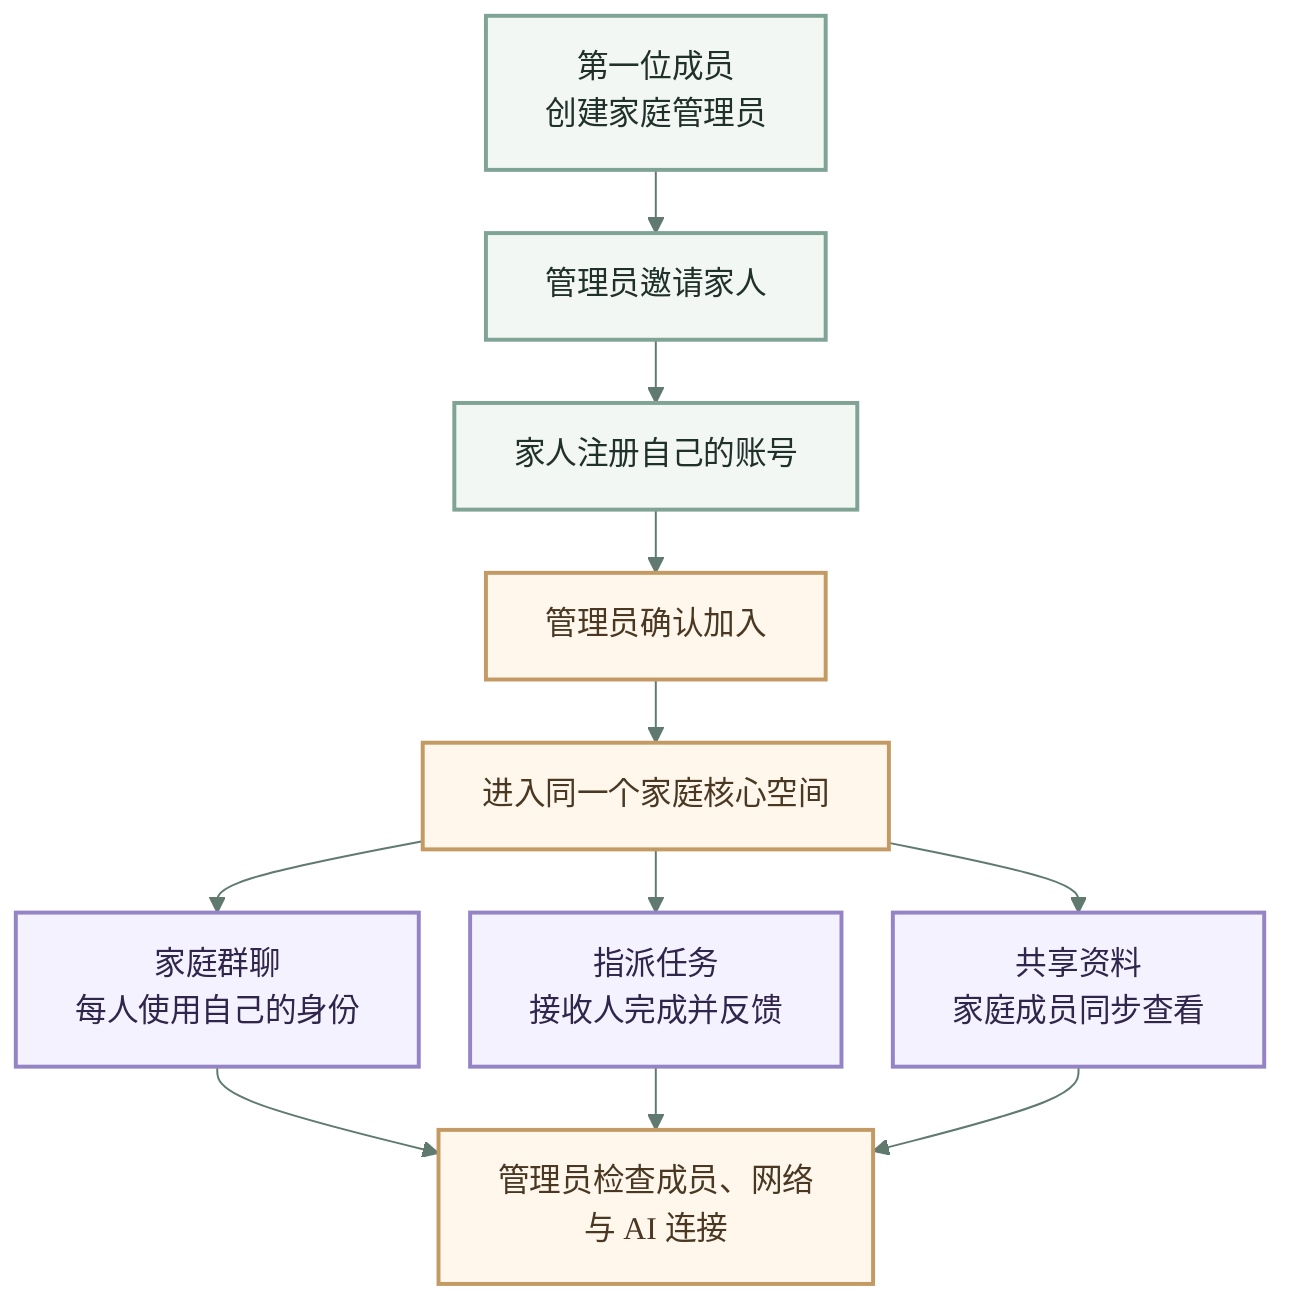
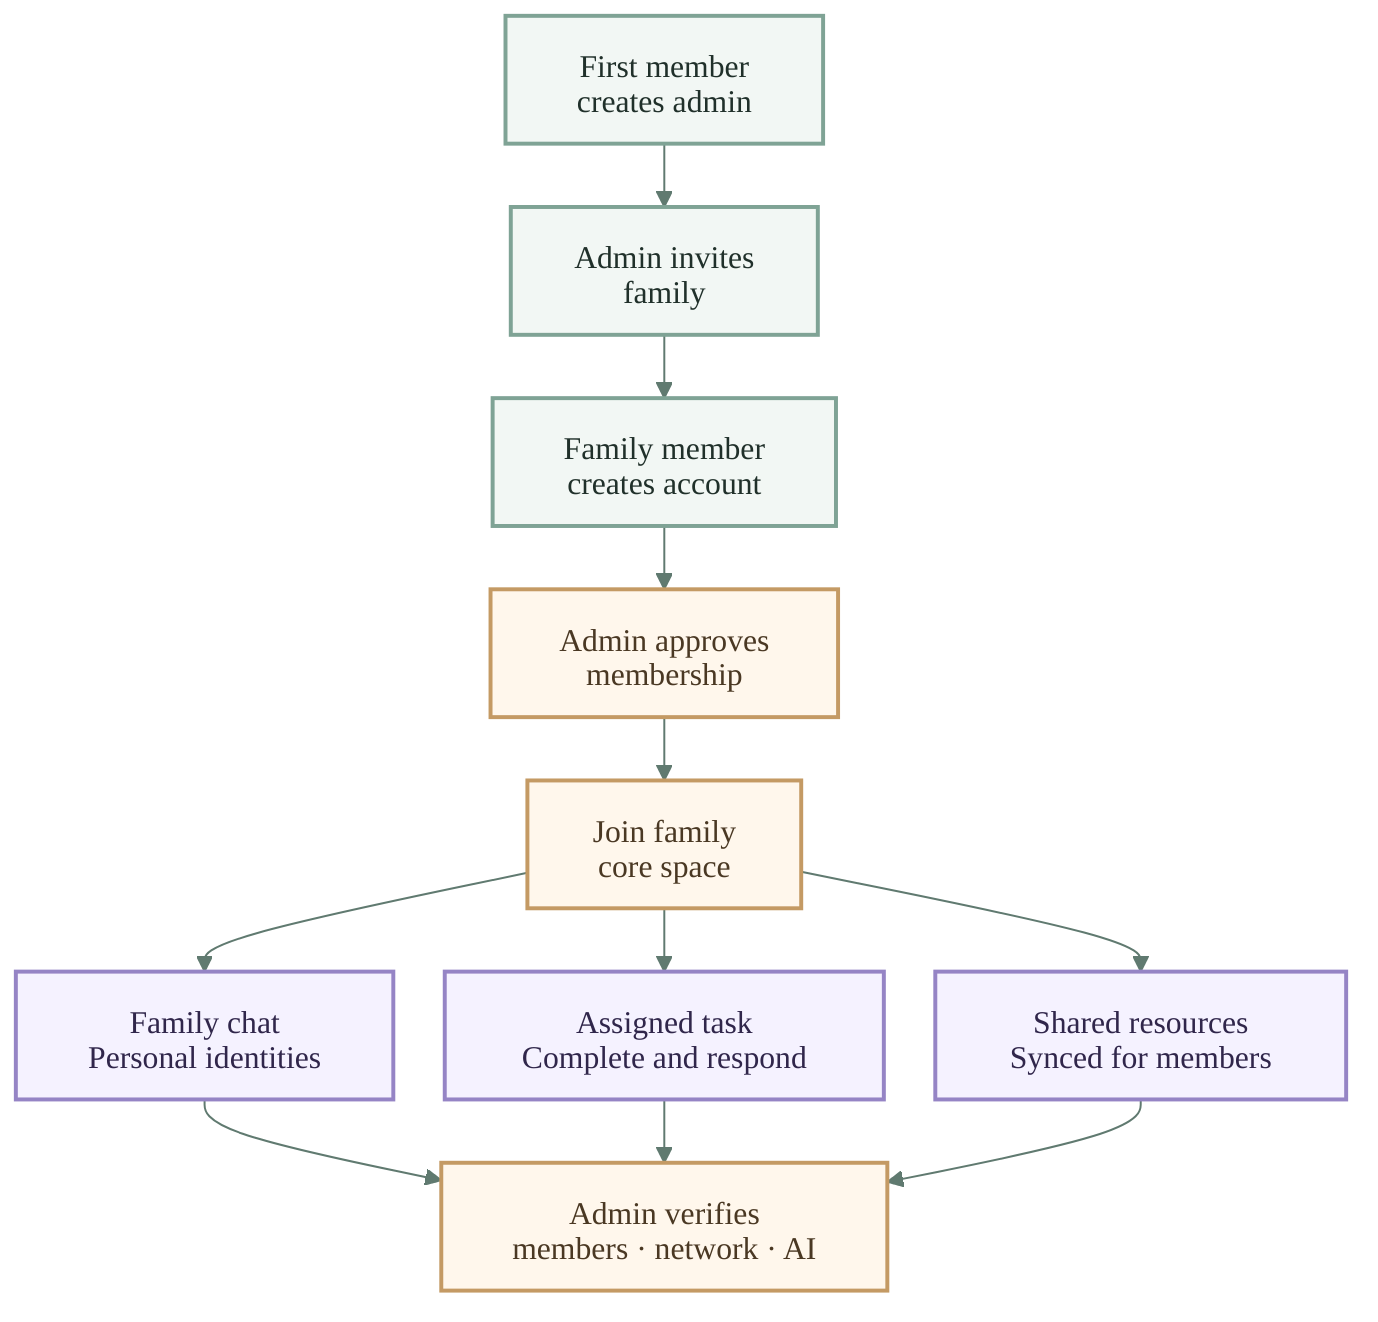
- %%{init: {"theme": "base", "themeVariables": {"fontFamily": "system-ui, sans-serif", "primaryColor": "#F2F7F4", "primaryTextColor": "#20302A", "primaryBorderColor": "#7FA395", "lineColor": "#607A70", "secondaryColor": "#FFF7EC", "tertiaryColor": "#F5F2FF"}, "flowchart": {"curve": "basis", "nodeSpacing": 26, "rankSpacing": 32}}}%%
+ %%{init: {"theme": "base", "htmlLabels": false, "themeVariables": {"fontFamily": "Arial, sans-serif", "primaryColor": "#F2F7F4", "primaryTextColor": "#20302A", "primaryBorderColor": "#7FA395", "lineColor": "#607A70", "secondaryColor": "#FFF7EC", "tertiaryColor": "#F5F2FF"}, "flowchart": {"curve": "basis", "nodeSpacing": 26, "rankSpacing": 32, "htmlLabels": false}}}%%
flowchart TB
-   FIRST["第一位成员<br/>创建家庭管理员"]
-   INVITE["管理员邀请家人"]
-   REGISTER["家人注册自己的账号"]
-   REVIEW["管理员确认加入"]
-   CORE["进入同一个家庭核心空间"]
-   CHAT["家庭群聊<br/>每人使用自己的身份"]
-   TASK["指派任务<br/>接收人完成并反馈"]
-   RESOURCE["共享资料<br/>家庭成员同步查看"]
-   CHECK["管理员检查成员、网络<br/>与 AI 连接"]
+   FIRST["First member<br/>creates admin"]
+   INVITE["Admin invites<br/>family"]
+   REGISTER["Family member<br/>creates account"]
+   REVIEW["Admin approves<br/>membership"]
+   CORE["Join family<br/>core space"]
+   CHAT["Family chat<br/>Personal identities"]
+   TASK["Assigned task<br/>Complete and respond"]
+   RESOURCE["Shared resources<br/>Synced for members"]
+   CHECK["Admin verifies<br/>members · network · AI"]

  FIRST --> INVITE --> REGISTER --> REVIEW --> CORE
  CORE --> CHAT
  CORE --> TASK
  CORE --> RESOURCE
  CHAT --> CHECK
  TASK --> CHECK
  RESOURCE --> CHECK

  classDef account fill:#F2F7F4,stroke:#7FA395,color:#20302A,stroke-width:2px;
  classDef approval fill:#FFF7EC,stroke:#C49A64,color:#4A3823,stroke-width:2px;
  classDef collaboration fill:#F5F2FF,stroke:#9584C5,color:#30264B,stroke-width:2px;
  class FIRST,INVITE,REGISTER account;
  class REVIEW,CORE,CHECK approval;
  class CHAT,TASK,RESOURCE collaboration;
